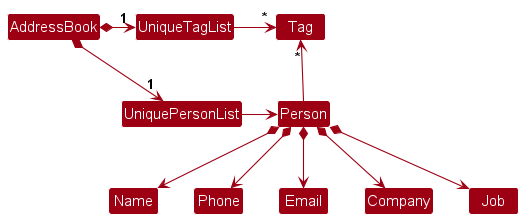
The PlantUML diagram docs/images/BetterModelClassDiagram.png in xavierpok/tp, before a commit. The source it was exported from:
```plantuml
@startuml
!include style.puml
skinparam arrowThickness 1.1
skinparam arrowColor MODEL_COLOR
skinparam classBackgroundColor MODEL_COLOR

AddressBook *-right-> "1" UniquePersonList
AddressBook *-right-> "1" UniqueTagList
UniqueTagList -[hidden]down- UniquePersonList
UniqueTagList -[hidden]down- UniquePersonList

UniqueTagList -right-> "*" Tag
UniquePersonList -right-> Person

Person -up-> "*" Tag

Person *--> Name
Person *--> Phone
Person *--> Email
Person *--> Company
Person *--> Job
@enduml
```
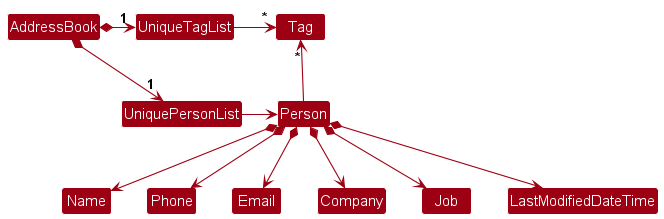
The same diagram one commit later.

What changed in the source:
```diff
@@ -19,4 +19,5 @@
 Person *--> Email
 Person *--> Company
 Person *--> Job
+Person *--> LastModifiedDateTime
 @enduml
```
